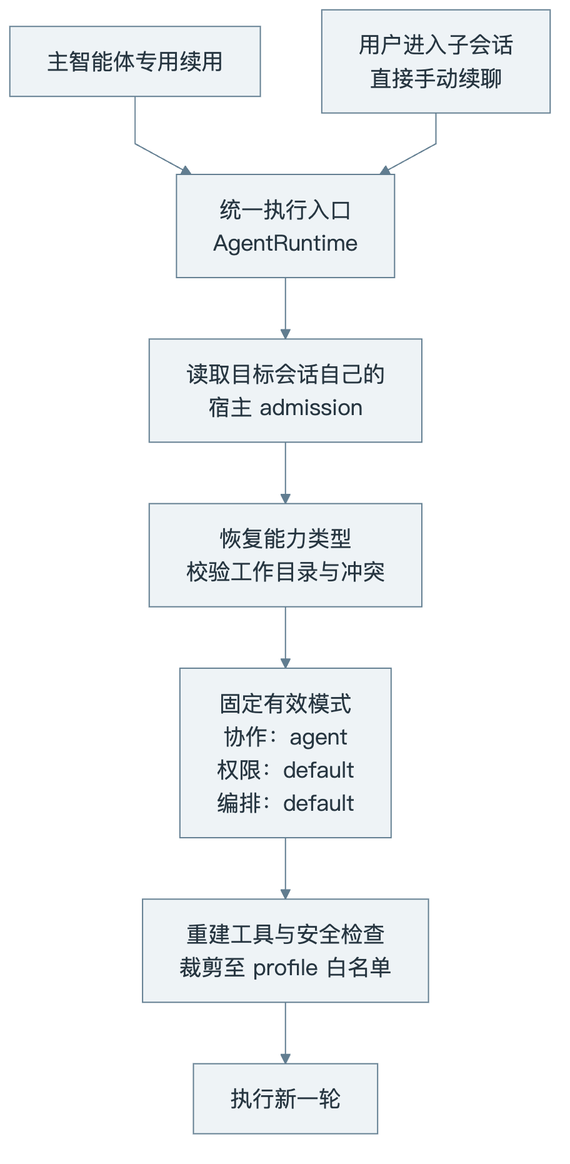
Earlier version of the Mermaid export docs/images/pico-subagents/permissions.png (99Gaoxiaoqi/pico-harness). Its source is kept beside it as docs/images/pico-subagents/permissions.mmd. Source of this version:
```mermaid
flowchart TB
    A["主智能体专用续用"] --> R["统一执行入口<br/>AgentRuntime"]
    B["用户进入子会话<br/>直接手动续聊"] --> R
    R --> I["读取目标会话自己的<br/>宿主 admission"]
    I --> P["恢复能力类型<br/>校验工作目录与冲突"]
    P --> M["固定有效模式<br/>协作：agent<br/>权限：ask<br/>编排：default"]
    M --> T["重建工具与安全检查<br/>裁剪至 profile 白名单"]
    T --> E["执行新一轮"]
```
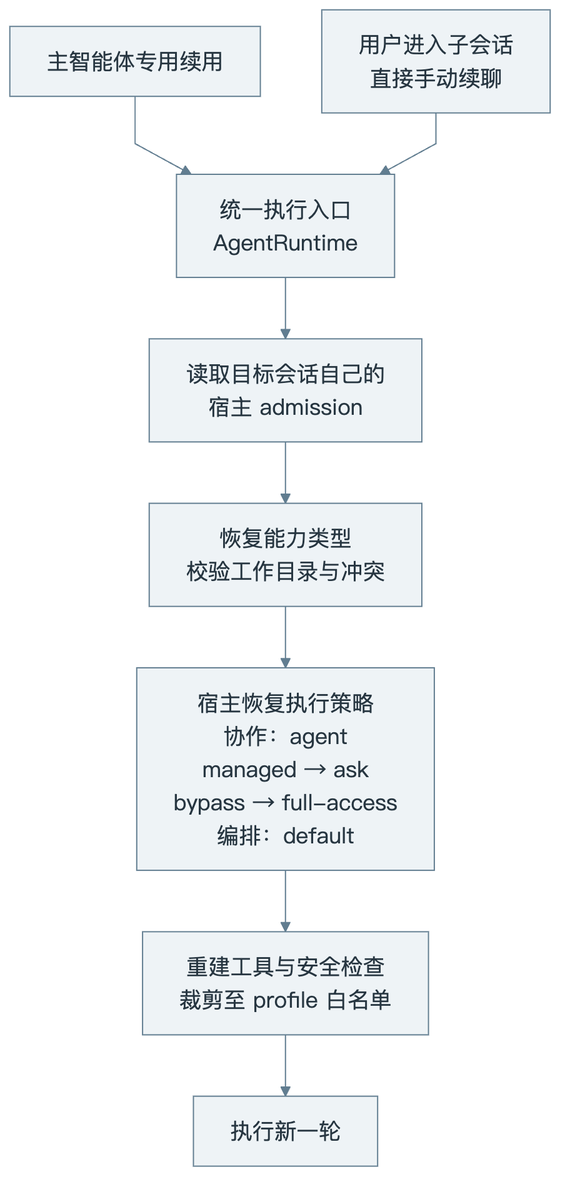
Later version of the same file.

The edit, as a diff of the source:
```diff
@@ -3,6 +3,6 @@
     B["用户进入子会话<br/>直接手动续聊"] --> R
     R --> I["读取目标会话自己的<br/>宿主 admission"]
     I --> P["恢复能力类型<br/>校验工作目录与冲突"]
-    P --> M["固定有效模式<br/>协作：agent<br/>权限：ask<br/>编排：default"]
+    P --> M["宿主恢复执行策略<br/>协作：agent<br/>managed → ask<br/>bypass → full-access<br/>编排：default"]
     M --> T["重建工具与安全检查<br/>裁剪至 profile 白名单"]
     T --> E["执行新一轮"]
```
